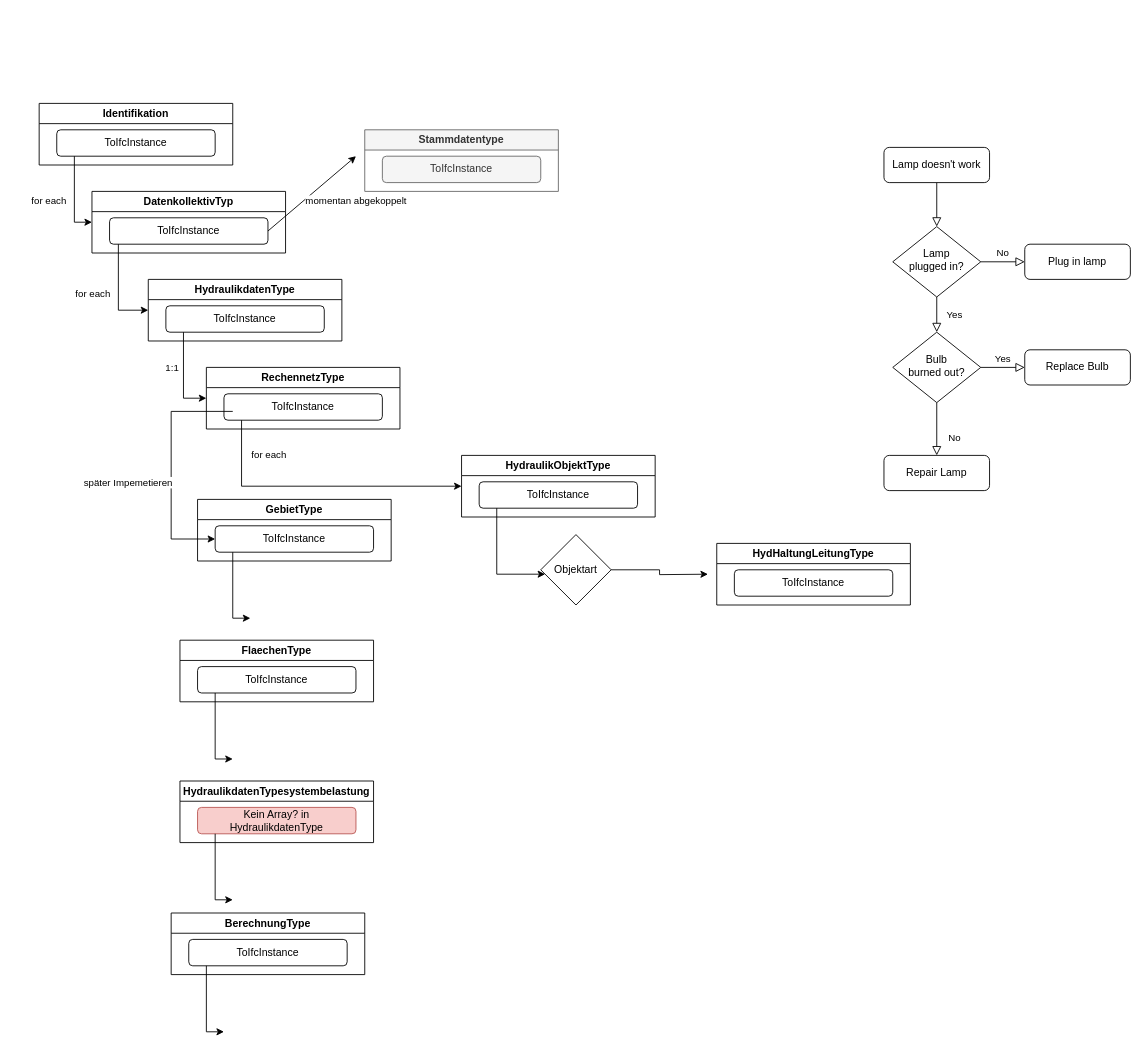
Above: ablaufdiagramm-Hydraulikdatenkollekitv.drawio in simonwb123/BA-ISYBAU (draw.io), before the change. Source tidied: cells renumbered, new cells numbered last; positions are measured from the earlier drawing's top-left corner, leaving out a move shared by most shapes. Both pictures are drawn from the tidied source at 88%, with x=0, y=0 at pixel (39, 103).
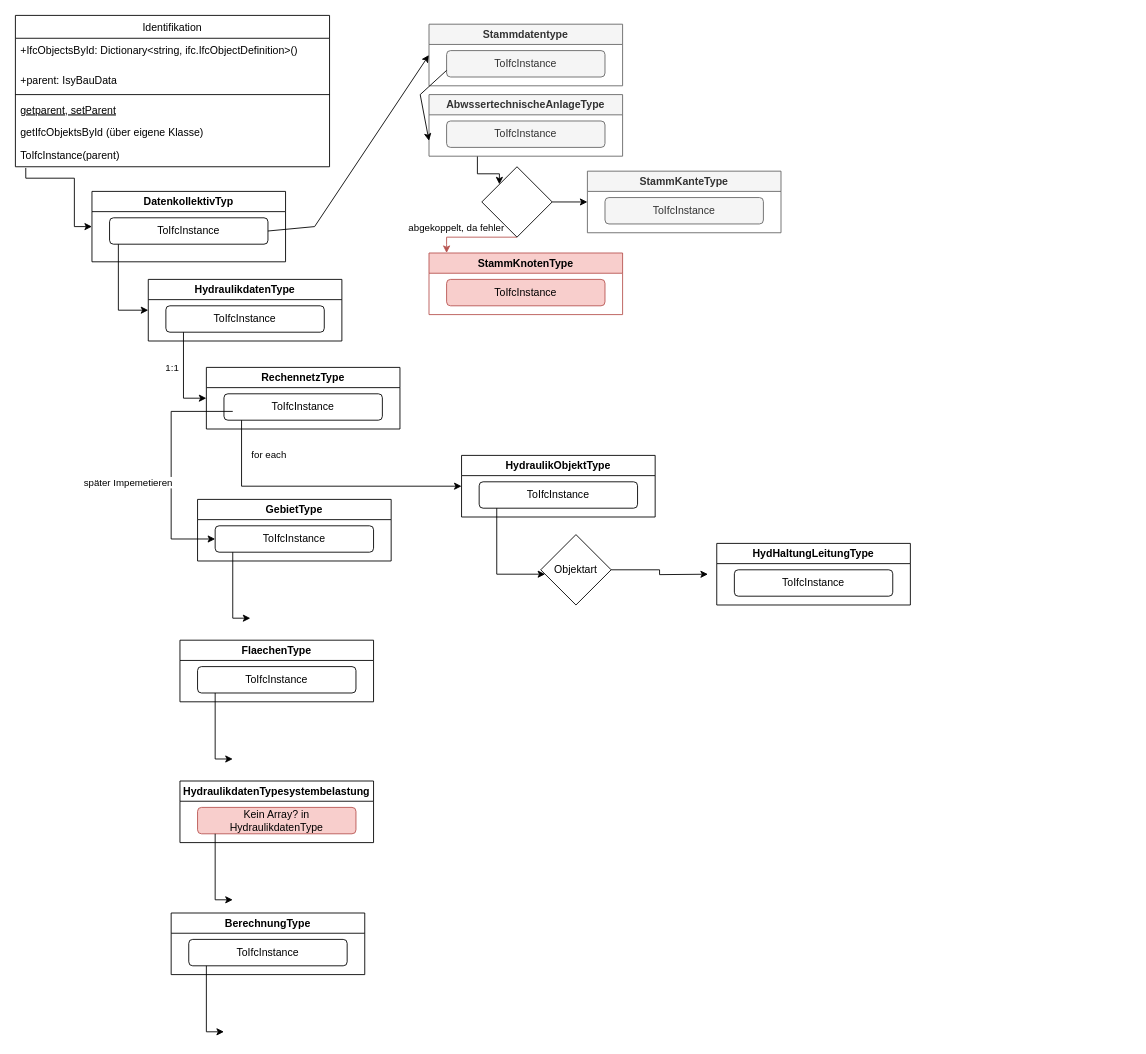
The same diagram, later.

Commit message:
erweitern um Dictionary

The change refers to these unchanged cells:
```xml
<mxCell id="16" value="ToIfcInstance" style="rounded=1;whiteSpace=wrap;html=1;fontSize=12;glass=0;strokeWidth=1;shadow=0;" parent="15" vertex="1">
  <mxGeometry x="20" y="30" width="180" height="30" as="geometry" />
</mxCell>
<mxCell id="44" style="endArrow=classic;html=1;rounded=0;entryX=0;entryY=0.5;entryDx=0;entryDy=0;edgeStyle=orthogonalEdgeStyle;" parent="1" edge="1" target="19">
  <mxGeometry relative="1" as="geometry">
    <mxPoint x="90" y="160" as="sourcePoint" />
    <Array as="points">
      <mxPoint x="90" y="235" />
    </Array>
  </mxGeometry>
</mxCell>
<mxCell id="49" value="ToIfcInstance" style="rounded=1;whiteSpace=wrap;html=1;fontSize=12;glass=0;strokeWidth=1;shadow=0;fillColor=#f5f5f5;fontColor=#333333;strokeColor=#666666;" parent="48" vertex="1">
  <mxGeometry x="20" y="30" width="180" height="30" as="geometry" />
</mxCell>
```

The edit, as a diff of the source:
```diff
@@
-    <mxCell id="2" style="rounded=0;html=1;jettySize=auto;fontSize=11;endArrow=block;endFill=0;endSize=8;strokeWidth=1;shadow=0;labelBackgroundColor=none;edgeStyle=orthogonalEdgeStyle;" parent="1" edge="1" source="3" target="6">
-      <mxGeometry relative="1" as="geometry" />
-    </mxCell>
-    <mxCell id="3" value="Lamp doesn't work" style="rounded=1;whiteSpace=wrap;html=1;fontSize=12;glass=0;strokeWidth=1;shadow=0;" parent="1" vertex="1">
-      <mxGeometry x="960" y="50" width="120" height="40" as="geometry" />
-    </mxCell>
-    <mxCell id="4" value="Yes" style="rounded=0;html=1;jettySize=auto;fontSize=11;endArrow=block;endFill=0;endSize=8;strokeWidth=1;shadow=0;labelBackgroundColor=none;edgeStyle=orthogonalEdgeStyle;" parent="1" edge="1" source="6" target="10">
-      <mxGeometry y="20" relative="1" as="geometry" />
-    </mxCell>
-    <mxCell id="5" value="No" style="edgeStyle=orthogonalEdgeStyle;rounded=0;html=1;jettySize=auto;fontSize=11;endArrow=block;endFill=0;endSize=8;strokeWidth=1;shadow=0;labelBackgroundColor=none;" parent="1" edge="1" source="6" target="7">
-      <mxGeometry y="10" relative="1" as="geometry" />
-    </mxCell>
-    <mxCell id="6" value="Lamp&lt;br&gt;plugged in?" style="rhombus;whiteSpace=wrap;html=1;shadow=0;fontFamily=Helvetica;fontSize=12;align=center;strokeWidth=1;spacing=6;spacingTop=-4;" parent="1" vertex="1">
-      <mxGeometry x="970" y="140" width="100" height="80" as="geometry" />
-    </mxCell>
-    <mxCell id="7" value="Plug in lamp" style="rounded=1;whiteSpace=wrap;html=1;fontSize=12;glass=0;strokeWidth=1;shadow=0;" parent="1" vertex="1">
-      <mxGeometry x="1120" y="160" width="120" height="40" as="geometry" />
-    </mxCell>
-    <mxCell id="8" value="No" style="rounded=0;html=1;jettySize=auto;fontSize=11;endArrow=block;endFill=0;endSize=8;strokeWidth=1;shadow=0;labelBackgroundColor=none;edgeStyle=orthogonalEdgeStyle;" parent="1" edge="1" source="10" target="11">
-      <mxGeometry x="0.33" y="20" relative="1" as="geometry" />
-    </mxCell>
-    <mxCell id="9" value="Yes" style="edgeStyle=orthogonalEdgeStyle;rounded=0;html=1;jettySize=auto;fontSize=11;endArrow=block;endFill=0;endSize=8;strokeWidth=1;shadow=0;labelBackgroundColor=none;" parent="1" edge="1" source="10" target="12">
-      <mxGeometry y="10" relative="1" as="geometry" />
-    </mxCell>
-    <mxCell id="10" value="Bulb&lt;br&gt;burned out?" style="rhombus;whiteSpace=wrap;html=1;shadow=0;fontFamily=Helvetica;fontSize=12;align=center;strokeWidth=1;spacing=6;spacingTop=-4;" parent="1" vertex="1">
-      <mxGeometry x="970" y="260" width="100" height="80" as="geometry" />
-    </mxCell>
-    <mxCell id="11" value="Repair Lamp" style="rounded=1;whiteSpace=wrap;html=1;fontSize=12;glass=0;strokeWidth=1;shadow=0;" parent="1" vertex="1">
-      <mxGeometry x="960" y="400" width="120" height="40" as="geometry" />
-    </mxCell>
-    <mxCell id="12" value="Replace Bulb" style="rounded=1;whiteSpace=wrap;html=1;fontSize=12;glass=0;strokeWidth=1;shadow=0;" parent="1" vertex="1">
-      <mxGeometry x="1120" y="280" width="120" height="40" as="geometry" />
-    </mxCell>
-    <mxCell id="13" value="Identifikation" style="swimlane;whiteSpace=wrap;html=1;" parent="1" vertex="1">
-      <mxGeometry width="220" height="70" as="geometry" />
-    </mxCell>
-    <mxCell id="14" value="ToIfcInstance" style="rounded=1;whiteSpace=wrap;html=1;fontSize=12;glass=0;strokeWidth=1;shadow=0;" parent="13" vertex="1">
-      <mxGeometry x="20" y="30" width="180" height="30" as="geometry" />
-    </mxCell>
     <mxCell id="15" value="DatenkollektivTyp" style="swimlane;whiteSpace=wrap;html=1;" parent="1" vertex="1">
-      <mxGeometry x="60" y="100" width="220" height="70" as="geometry" />
+      <mxGeometry x="60" y="100" width="220" height="80" as="geometry" />
     </mxCell>
@@
-    <mxCell id="17" style="endArrow=classic;html=1;rounded=0;entryX=0;entryY=0.5;entryDx=0;entryDy=0;edgeStyle=orthogonalEdgeStyle;" parent="1" edge="1" target="15">
+    <mxCell id="17" style="endArrow=classic;html=1;rounded=0;entryX=0;entryY=0.5;entryDx=0;entryDy=0;edgeStyle=orthogonalEdgeStyle;exitX=0.033;exitY=1.052;exitDx=0;exitDy=0;exitPerimeter=0;" parent="1" edge="1" source="59" target="15">
       <mxGeometry relative="1" as="geometry">
-        <mxPoint x="40" y="60" as="sourcePoint" />
         <Array as="points">
-          <mxPoint x="40" y="135" />
+          <mxPoint x="-15" y="85" />
+          <mxPoint x="40" y="85" />
+          <mxPoint x="40" y="140" />
         </Array>
       </mxGeometry>
     </mxCell>
-    <mxCell id="18" value="for each" style="edgeLabel;html=1;align=center;verticalAlign=middle;" parent="17" vertex="1">
-      <mxGeometry x="-0.24" y="4" relative="1" as="geometry">
-        <mxPoint x="-34" y="14" as="offset" />
-      </mxGeometry>
-    </mxCell>
@@
-    <mxCell id="45" value="for each" style="edgeLabel;html=1;align=center;verticalAlign=middle;" parent="44" vertex="1">
-      <mxGeometry x="-0.24" y="4" relative="1" as="geometry">
-        <mxPoint x="-34" y="14" as="offset" />
-      </mxGeometry>
-    </mxCell>
-    <mxCell id="46" style="endArrow=classic;html=1;rounded=0;exitX=1;exitY=0.5;exitDx=0;exitDy=0;" parent="1" edge="1" source="16">
+    <mxCell id="46" style="endArrow=classic;html=1;rounded=0;exitX=1;exitY=0.5;exitDx=0;exitDy=0;entryX=0;entryY=0.5;entryDx=0;entryDy=0;" parent="1" edge="1" source="16" target="48">
       <mxGeometry relative="1" as="geometry">
-        <mxPoint x="360" y="60" as="targetPoint" />
+        <Array as="points">
+          <mxPoint x="313" y="140" />
+        </Array>
       </mxGeometry>
     </mxCell>
-    <mxCell id="47" value="momentan abgekoppelt" style="edgeLabel;html=1;align=center;verticalAlign=middle;" parent="46" vertex="1">
-      <mxGeometry x="0.01" y="1" relative="1" as="geometry">
-        <mxPoint x="50" y="9" as="offset" />
-      </mxGeometry>
-    </mxCell>
     <mxCell id="48" value="Stammdatentype" style="swimlane;whiteSpace=wrap;html=1;fillColor=#f5f5f5;fontColor=#333333;strokeColor=#666666;" parent="1" vertex="1">
-      <mxGeometry x="370" y="30" width="220" height="70" as="geometry" />
+      <mxGeometry x="443" y="-90" width="220" height="70" as="geometry" />
     </mxCell>
@@
+    <mxCell id="13" value="Identifikation" style="swimlane;fontStyle=0;align=center;verticalAlign=top;horizontal=1;startSize=26;rounded=0;shadow=0;strokeWidth=1;" parent="1" vertex="1">
+      <mxGeometry x="-27" y="-100" width="357" height="172" as="geometry" />
+    </mxCell>
+    <mxCell id="54" value="+IfcObjectsById: Dictionary&lt;string, ifc.IfcObjectDefinition&gt;()" style="text;align=left;verticalAlign=top;spacingLeft=4;spacingRight=4;overflow=hidden;" parent="13" vertex="1">
+      <mxGeometry y="26" width="357" height="34" as="geometry" />
+    </mxCell>
+    <mxCell id="55" value="+parent: IsyBauData " style="text;align=left;verticalAlign=top;spacingLeft=4;spacingRight=4;overflow=hidden;rounded=0;shadow=0;html=0;" parent="13" vertex="1">
+      <mxGeometry y="60" width="357" height="26" as="geometry" />
+    </mxCell>
+    <mxCell id="56" style="line;html=1;strokeWidth=1;align=left;verticalAlign=middle;spacingTop=-1;spacingLeft=3;spacingRight=3;labelPosition=right;" parent="13" vertex="1">
+      <mxGeometry y="86" width="357" height="8" as="geometry" />
+    </mxCell>
+    <mxCell id="57" value="getparent, setParent&#10;" style="text;align=left;verticalAlign=top;spacingLeft=4;spacingRight=4;overflow=hidden;fontStyle=4;" parent="13" vertex="1">
+      <mxGeometry y="94" width="357" height="26" as="geometry" />
+    </mxCell>
+    <mxCell id="58" value="getIfcObjektsById (über eigene Klasse)" style="text;align=left;verticalAlign=top;spacingLeft=4;spacingRight=4;overflow=hidden;" parent="13" vertex="1">
+      <mxGeometry y="120" width="357" height="26" as="geometry" />
+    </mxCell>
+    <mxCell id="59" value="ToIfcInstance(parent)" style="text;align=left;verticalAlign=top;spacingLeft=4;spacingRight=4;overflow=hidden;points=[[0,0.5],[1,0.5]];portConstraint=eastwest;" parent="13" vertex="1">
+      <mxGeometry y="146" width="357" height="26" as="geometry" />
+    </mxCell>
+    <mxCell id="60" style="edgeStyle=orthogonalEdgeStyle;rounded=0;jettySize=auto;html=1;exitX=0.25;exitY=1;exitDx=0;exitDy=0;entryX=0;entryY=0;entryDx=0;entryDy=0;" parent="1" edge="1" source="61" target="67">
+      <mxGeometry relative="1" as="geometry" />
+    </mxCell>
+    <mxCell id="61" value="AbwssertechnischeAnlageType" style="swimlane;whiteSpace=wrap;html=1;fillColor=#f5f5f5;fontColor=#333333;strokeColor=#666666;" parent="1" vertex="1">
+      <mxGeometry x="443" y="-10" width="220" height="70" as="geometry" />
+    </mxCell>
+    <mxCell id="62" value="ToIfcInstance" style="rounded=1;whiteSpace=wrap;html=1;fontSize=12;glass=0;strokeWidth=1;shadow=0;fillColor=#f5f5f5;fontColor=#333333;strokeColor=#666666;" parent="61" vertex="1">
+      <mxGeometry x="20" y="30" width="180" height="30" as="geometry" />
+    </mxCell>
+    <mxCell id="63" style="endArrow=classic;html=1;rounded=0;entryX=0;entryY=0.75;entryDx=0;entryDy=0;exitX=0;exitY=0.75;exitDx=0;exitDy=0;" parent="1" edge="1" source="49" target="61">
+      <mxGeometry relative="1" as="geometry">
+        <Array as="points">
+          <mxPoint x="433" y="-10" />
+        </Array>
+      </mxGeometry>
+    </mxCell>
+    <mxCell id="64" style="edgeStyle=orthogonalEdgeStyle;rounded=0;jettySize=auto;html=1;exitX=1;exitY=0.5;exitDx=0;exitDy=0;entryX=0;entryY=0.5;entryDx=0;entryDy=0;" parent="1" edge="1" source="67" target="68">
+      <mxGeometry relative="1" as="geometry" />
+    </mxCell>
+    <mxCell id="65" style="edgeStyle=orthogonalEdgeStyle;rounded=0;jettySize=auto;html=1;exitX=0.5;exitY=1;exitDx=0;exitDy=0;fillColor=#f8cecc;strokeColor=#b85450;" parent="1" edge="1" source="67" target="70">
+      <mxGeometry relative="1" as="geometry">
+        <Array as="points">
+          <mxPoint x="463" y="160" />
+          <mxPoint x="463" y="160" />
+        </Array>
+      </mxGeometry>
+    </mxCell>
+    <mxCell id="66" value="abgekoppelt, da fehler" style="edgeLabel;html=1;align=center;verticalAlign=middle;" parent="65" vertex="1">
+      <mxGeometry x="0.26" y="1" relative="1" as="geometry">
+        <mxPoint x="-8" y="-13" as="offset" />
+      </mxGeometry>
+    </mxCell>
+    <mxCell id="67" style="rhombus;whiteSpace=wrap;html=1;" parent="1" vertex="1">
+      <mxGeometry x="503" y="72" width="80" height="80" as="geometry" />
+    </mxCell>
+    <mxCell id="68" value="StammKanteType" style="swimlane;whiteSpace=wrap;html=1;fillColor=#f5f5f5;fontColor=#333333;strokeColor=#666666;" parent="1" vertex="1">
+      <mxGeometry x="623" y="77" width="220" height="70" as="geometry" />
+    </mxCell>
+    <mxCell id="69" value="ToIfcInstance" style="rounded=1;whiteSpace=wrap;html=1;fontSize=12;glass=0;strokeWidth=1;shadow=0;fillColor=#f5f5f5;fontColor=#333333;strokeColor=#666666;" parent="68" vertex="1">
+      <mxGeometry x="20" y="30" width="180" height="30" as="geometry" />
+    </mxCell>
+    <mxCell id="70" value="StammKnotenType" style="swimlane;whiteSpace=wrap;html=1;fillColor=#f8cecc;strokeColor=#b85450;" parent="1" vertex="1">
+      <mxGeometry x="443" y="170" width="220" height="70" as="geometry" />
+    </mxCell>
+    <mxCell id="71" value="ToIfcInstance" style="rounded=1;whiteSpace=wrap;html=1;fontSize=12;glass=0;strokeWidth=1;shadow=0;fillColor=#f8cecc;strokeColor=#b85450;" parent="70" vertex="1">
+      <mxGeometry x="20" y="30" width="180" height="30" as="geometry" />
+    </mxCell>
```
